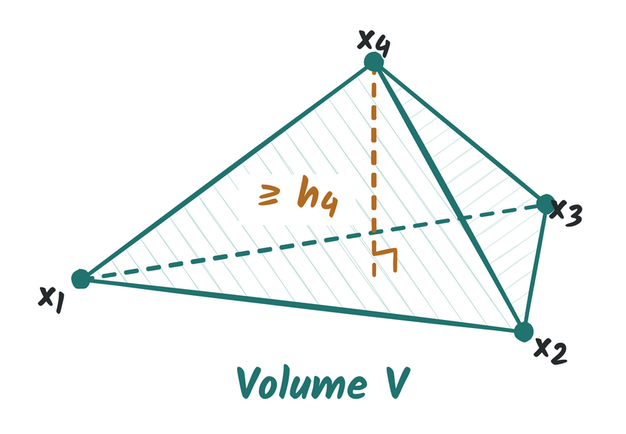
Earlier version of the draw.io export assets/simplex_tetrahedron.png (MathisRost/agentic-ai-math). Source tidied: cells renumbered, new cells last; positions are measured from the earlier drawing's top-left corner, leaving out a move shared by most shapes. Source of this version:
```xml
<mxGraphModel background="#FFFFFF">
  <root>
    <mxCell id="0" />
    <mxCell id="1" parent="0" />
    <mxCell id="2" style="fillColor=none;strokeColor=none;" parent="1" vertex="1">
      <mxGeometry x="12" y="3" width="380" height="260" as="geometry" />
    </mxCell>
    <mxCell id="3" style="shape=(stored shape, 248 characters);fillColor=#C7E1DE;strokeColor=#21736F;strokeWidth=2;sketch=1;comic=0;jiggle=0.7;fillStyle=hachure;hachureGap=12;hachureAngle=35;fillWeight=0.5;" parent="1" vertex="1">
      <mxGeometry x="42" y="28" width="295" height="180" as="geometry" />
    </mxCell>
    <mxCell id="4" style="shape=(stored shape, 244 characters);fillColor=#DDEDEB;strokeColor=#21736F;strokeWidth=2;sketch=1;comic=0;jiggle=0.7;fillStyle=hachure;hachureGap=10;hachureAngle=125;fillWeight=0.6;" parent="1" vertex="1">
      <mxGeometry x="237" y="28" width="115" height="180" as="geometry" />
    </mxCell>
    <mxCell id="5" style="edgeStyle=none;rounded=1;curved=0;html=0;sketch=1;comic=0;jiggle=0.6;strokeColor=#21736F;strokeWidth=2.5;endArrow=none;endSize=12;endFill=0;dashed=1;" parent="1" edge="1">
      <mxGeometry relative="1" as="geometry">
        <mxPoint x="42" y="173" as="sourcePoint" />
        <mxPoint x="352" y="123" as="targetPoint" />
      </mxGeometry>
    </mxCell>
    <mxCell id="6" style="edgeStyle=none;rounded=1;curved=0;html=0;sketch=1;comic=0;jiggle=0.6;strokeColor=#21736F;strokeWidth=2.5;endArrow=none;endSize=12;endFill=0;dashed=0;" parent="1" edge="1">
      <mxGeometry relative="1" as="geometry">
        <mxPoint x="237" y="28" as="sourcePoint" />
        <mxPoint x="42" y="173" as="targetPoint" />
      </mxGeometry>
    </mxCell>
    <mxCell id="7" style="edgeStyle=none;rounded=1;curved=0;html=0;sketch=1;comic=0;jiggle=0.6;strokeColor=#21736F;strokeWidth=2.5;endArrow=none;endSize=12;endFill=0;dashed=0;" parent="1" edge="1">
      <mxGeometry relative="1" as="geometry">
        <mxPoint x="42" y="173" as="sourcePoint" />
        <mxPoint x="337" y="208" as="targetPoint" />
      </mxGeometry>
    </mxCell>
    <mxCell id="8" style="edgeStyle=none;rounded=1;curved=0;html=0;sketch=1;comic=0;jiggle=0.6;strokeColor=#21736F;strokeWidth=2.5;endArrow=none;endSize=12;endFill=0;dashed=0;" parent="1" edge="1">
      <mxGeometry relative="1" as="geometry">
        <mxPoint x="337" y="208" as="sourcePoint" />
        <mxPoint x="352" y="123" as="targetPoint" />
      </mxGeometry>
    </mxCell>
    <mxCell id="9" style="edgeStyle=none;rounded=1;curved=0;html=0;sketch=1;comic=0;jiggle=0.6;strokeColor=#21736F;strokeWidth=2.5;endArrow=none;endSize=12;endFill=0;dashed=0;" parent="1" edge="1">
      <mxGeometry relative="1" as="geometry">
        <mxPoint x="352" y="123" as="sourcePoint" />
        <mxPoint x="237" y="28" as="targetPoint" />
      </mxGeometry>
    </mxCell>
    <mxCell id="10" style="edgeStyle=none;rounded=1;curved=0;html=0;sketch=1;comic=0;jiggle=0.6;strokeColor=#21736F;strokeWidth=2.5;endArrow=none;endSize=12;endFill=0;dashed=0;" parent="1" edge="1">
      <mxGeometry relative="1" as="geometry">
        <mxPoint x="237" y="28" as="sourcePoint" />
        <mxPoint x="337" y="208" as="targetPoint" />
      </mxGeometry>
    </mxCell>
    <mxCell id="11" style="edgeStyle=none;rounded=1;curved=0;html=0;sketch=1;comic=0;jiggle=0.6;strokeColor=#B16B24;strokeWidth=2.5;endArrow=none;endSize=12;endFill=0;dashed=1;" parent="1" edge="1">
      <mxGeometry relative="1" as="geometry">
        <mxPoint x="237" y="28" as="sourcePoint" />
        <mxPoint x="237" y="170" as="targetPoint" />
      </mxGeometry>
    </mxCell>
    <mxCell id="12" style="edgeStyle=none;rounded=1;curved=0;html=0;sketch=1;comic=0;jiggle=0.6;strokeColor=#B16B24;strokeWidth=2.5;endArrow=none;endSize=12;endFill=0;dashed=0;" parent="1" edge="1">
      <mxGeometry relative="1" as="geometry">
        <mxPoint x="237" y="156" as="sourcePoint" />
        <mxPoint x="251" y="153" as="targetPoint" />
      </mxGeometry>
    </mxCell>
    <mxCell id="13" style="edgeStyle=none;rounded=1;curved=0;html=0;sketch=1;comic=0;jiggle=0.6;strokeColor=#B16B24;strokeWidth=2.5;endArrow=none;endSize=12;endFill=0;dashed=0;" parent="1" edge="1">
      <mxGeometry relative="1" as="geometry">
        <mxPoint x="251" y="153" as="sourcePoint" />
        <mxPoint x="251" y="167" as="targetPoint" />
      </mxGeometry>
    </mxCell>
    <mxCell id="14" value="≥ h&lt;sub&gt;4&lt;/sub&gt;" style="text;html=1;whiteSpace=wrap;align=center;verticalAlign=middle;fontFamily=Kalam;fontSize=27;fontStyle=1;fontColor=#B16B24;strokeColor=none;fillColor=#FFFFFF;" parent="1" vertex="1">
      <mxGeometry x="147" y="103" width="78" height="34" as="geometry" />
    </mxCell>
    <mxCell id="15" style="ellipse;fillStyle=solid;fillColor=#21736F;strokeColor=#21736F;sketch=1;jiggle=0.4;" parent="1" vertex="1">
      <mxGeometry x="36" y="167" width="12" height="12" as="geometry" />
    </mxCell>
    <mxCell id="16" value="x&lt;sub&gt;1&lt;/sub&gt;" style="text;html=1;whiteSpace=wrap;align=center;verticalAlign=middle;fontFamily=Kalam;fontSize=24;fontStyle=1;fontColor=#252A2D;strokeColor=none;fillColor=none;" parent="1" vertex="1">
      <mxGeometry y="171" width="44" height="30" as="geometry" />
    </mxCell>
    <mxCell id="17" style="ellipse;fillStyle=solid;fillColor=#21736F;strokeColor=#21736F;sketch=1;jiggle=0.4;" parent="1" vertex="1">
      <mxGeometry x="331" y="202" width="12" height="12" as="geometry" />
    </mxCell>
    <mxCell id="18" value="x&lt;sub&gt;2&lt;/sub&gt;" style="text;html=1;whiteSpace=wrap;align=center;verticalAlign=middle;fontFamily=Kalam;fontSize=24;fontStyle=1;fontColor=#252A2D;strokeColor=none;fillColor=none;" parent="1" vertex="1">
      <mxGeometry x="333" y="205" width="44" height="30" as="geometry" />
    </mxCell>
    <mxCell id="19" style="ellipse;fillStyle=solid;fillColor=#21736F;strokeColor=#21736F;sketch=1;jiggle=0.4;" parent="1" vertex="1">
      <mxGeometry x="346" y="117" width="12" height="12" as="geometry" />
    </mxCell>
    <mxCell id="20" value="x&lt;sub&gt;3&lt;/sub&gt;" style="text;html=1;whiteSpace=wrap;align=center;verticalAlign=middle;fontFamily=Kalam;fontSize=24;fontStyle=1;fontColor=#252A2D;strokeColor=none;fillColor=none;" parent="1" vertex="1">
      <mxGeometry x="343" y="113" width="44" height="30" as="geometry" />
    </mxCell>
    <mxCell id="21" style="ellipse;fillStyle=solid;fillColor=#21736F;strokeColor=#21736F;sketch=1;jiggle=0.4;" parent="1" vertex="1">
      <mxGeometry x="231" y="22" width="12" height="12" as="geometry" />
    </mxCell>
    <mxCell id="22" value="x&lt;sub&gt;4&lt;/sub&gt;" style="text;html=1;whiteSpace=wrap;align=center;verticalAlign=middle;fontFamily=Kalam;fontSize=24;fontStyle=1;fontColor=#252A2D;strokeColor=none;fillColor=none;" parent="1" vertex="1">
      <mxGeometry x="215" width="44" height="30" as="geometry" />
    </mxCell>
    <mxCell id="23" value="Volume V" style="text;html=0;whiteSpace=wrap;align=center;verticalAlign=middle;fontFamily=Kalam;fontSize=29;fontStyle=1;fontColor=#21736F;strokeColor=none;fillColor=none;" parent="1" vertex="1">
      <mxGeometry x="12" y="227" width="380" height="35" as="geometry" />
    </mxCell>
  </root>
</mxGraphModel>
```
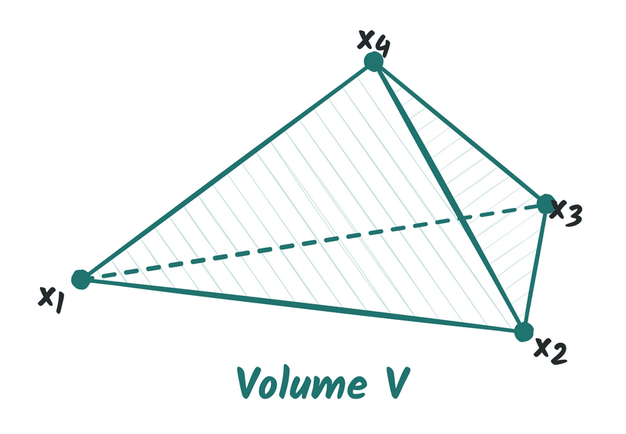
Above is the later version.

Commit message:
Update talk with Astra6 results and revised simplex diagrams

What changed in the source:
```diff
@@ -47,53 +47,32 @@
         <mxPoint x="337" y="208" as="targetPoint" />
       </mxGeometry>
     </mxCell>
-    <mxCell id="11" style="edgeStyle=none;rounded=1;curved=0;html=0;sketch=1;comic=0;jiggle=0.6;strokeColor=#B16B24;strokeWidth=2.5;endArrow=none;endSize=12;endFill=0;dashed=1;" parent="1" edge="1">
-      <mxGeometry relative="1" as="geometry">
-        <mxPoint x="237" y="28" as="sourcePoint" />
-        <mxPoint x="237" y="170" as="targetPoint" />
-      </mxGeometry>
+    <mxCell id="11" style="ellipse;fillStyle=solid;fillColor=#21736F;strokeColor=#21736F;sketch=1;jiggle=0.4;" parent="1" vertex="1">
+      <mxGeometry x="36" y="167" width="12" height="12" as="geometry" />
     </mxCell>
-    <mxCell id="12" style="edgeStyle=none;rounded=1;curved=0;html=0;sketch=1;comic=0;jiggle=0.6;strokeColor=#B16B24;strokeWidth=2.5;endArrow=none;endSize=12;endFill=0;dashed=0;" parent="1" edge="1">
-      <mxGeometry relative="1" as="geometry">
-        <mxPoint x="237" y="156" as="sourcePoint" />
-        <mxPoint x="251" y="153" as="targetPoint" />
-      </mxGeometry>
+    <mxCell id="12" value="x&lt;sub&gt;1&lt;/sub&gt;" style="text;html=1;whiteSpace=wrap;align=center;verticalAlign=middle;fontFamily=Kalam;fontSize=24;fontStyle=1;fontColor=#252A2D;strokeColor=none;fillColor=none;" parent="1" vertex="1">
+      <mxGeometry y="171" width="44" height="30" as="geometry" />
     </mxCell>
-    <mxCell id="13" style="edgeStyle=none;rounded=1;curved=0;html=0;sketch=1;comic=0;jiggle=0.6;strokeColor=#B16B24;strokeWidth=2.5;endArrow=none;endSize=12;endFill=0;dashed=0;" parent="1" edge="1">
-      <mxGeometry relative="1" as="geometry">
-        <mxPoint x="251" y="153" as="sourcePoint" />
-        <mxPoint x="251" y="167" as="targetPoint" />
-      </mxGeometry>
+    <mxCell id="13" style="ellipse;fillStyle=solid;fillColor=#21736F;strokeColor=#21736F;sketch=1;jiggle=0.4;" parent="1" vertex="1">
+      <mxGeometry x="331" y="202" width="12" height="12" as="geometry" />
     </mxCell>
-    <mxCell id="14" value="≥ h&lt;sub&gt;4&lt;/sub&gt;" style="text;html=1;whiteSpace=wrap;align=center;verticalAlign=middle;fontFamily=Kalam;fontSize=27;fontStyle=1;fontColor=#B16B24;strokeColor=none;fillColor=#FFFFFF;" parent="1" vertex="1">
-      <mxGeometry x="147" y="103" width="78" height="34" as="geometry" />
+    <mxCell id="14" value="x&lt;sub&gt;2&lt;/sub&gt;" style="text;html=1;whiteSpace=wrap;align=center;verticalAlign=middle;fontFamily=Kalam;fontSize=24;fontStyle=1;fontColor=#252A2D;strokeColor=none;fillColor=none;" parent="1" vertex="1">
+      <mxGeometry x="333" y="205" width="44" height="30" as="geometry" />
     </mxCell>
     <mxCell id="15" style="ellipse;fillStyle=solid;fillColor=#21736F;strokeColor=#21736F;sketch=1;jiggle=0.4;" parent="1" vertex="1">
-      <mxGeometry x="36" y="167" width="12" height="12" as="geometry" />
+      <mxGeometry x="346" y="117" width="12" height="12" as="geometry" />
     </mxCell>
-    <mxCell id="16" value="x&lt;sub&gt;1&lt;/sub&gt;" style="text;html=1;whiteSpace=wrap;align=center;verticalAlign=middle;fontFamily=Kalam;fontSize=24;fontStyle=1;fontColor=#252A2D;strokeColor=none;fillColor=none;" parent="1" vertex="1">
-      <mxGeometry y="171" width="44" height="30" as="geometry" />
+    <mxCell id="16" value="x&lt;sub&gt;3&lt;/sub&gt;" style="text;html=1;whiteSpace=wrap;align=center;verticalAlign=middle;fontFamily=Kalam;fontSize=24;fontStyle=1;fontColor=#252A2D;strokeColor=none;fillColor=none;" parent="1" vertex="1">
+      <mxGeometry x="343" y="113" width="44" height="30" as="geometry" />
     </mxCell>
     <mxCell id="17" style="ellipse;fillStyle=solid;fillColor=#21736F;strokeColor=#21736F;sketch=1;jiggle=0.4;" parent="1" vertex="1">
-      <mxGeometry x="331" y="202" width="12" height="12" as="geometry" />
+      <mxGeometry x="231" y="22" width="12" height="12" as="geometry" />
     </mxCell>
-    <mxCell id="18" value="x&lt;sub&gt;2&lt;/sub&gt;" style="text;html=1;whiteSpace=wrap;align=center;verticalAlign=middle;fontFamily=Kalam;fontSize=24;fontStyle=1;fontColor=#252A2D;strokeColor=none;fillColor=none;" parent="1" vertex="1">
-      <mxGeometry x="333" y="205" width="44" height="30" as="geometry" />
+    <mxCell id="18" value="x&lt;sub&gt;4&lt;/sub&gt;" style="text;html=1;whiteSpace=wrap;align=center;verticalAlign=middle;fontFamily=Kalam;fontSize=24;fontStyle=1;fontColor=#252A2D;strokeColor=none;fillColor=none;" parent="1" vertex="1">
+      <mxGeometry x="215" width="44" height="30" as="geometry" />
     </mxCell>
-    <mxCell id="19" style="ellipse;fillStyle=solid;fillColor=#21736F;strokeColor=#21736F;sketch=1;jiggle=0.4;" parent="1" vertex="1">
-      <mxGeometry x="346" y="117" width="12" height="12" as="geometry" />
+    <mxCell id="19" value="Volume V" style="text;html=0;whiteSpace=wrap;align=center;verticalAlign=middle;fontFamily=Kalam;fontSize=29;fontStyle=1;fontColor=#21736F;strokeColor=none;fillColor=none;" parent="1" vertex="1">
+      <mxGeometry x="12" y="227" width="380" height="35" as="geometry" />
     </mxCell>
-    <mxCell id="20" value="x&lt;sub&gt;3&lt;/sub&gt;" style="text;html=1;whiteSpace=wrap;align=center;verticalAlign=middle;fontFamily=Kalam;fontSize=24;fontStyle=1;fontColor=#252A2D;strokeColor=none;fillColor=none;" parent="1" vertex="1">
-      <mxGeometry x="343" y="113" width="44" height="30" as="geometry" />
-    </mxCell>
-    <mxCell id="21" style="ellipse;fillStyle=solid;fillColor=#21736F;strokeColor=#21736F;sketch=1;jiggle=0.4;" parent="1" vertex="1">
-      <mxGeometry x="231" y="22" width="12" height="12" as="geometry" />
-    </mxCell>
-    <mxCell id="22" value="x&lt;sub&gt;4&lt;/sub&gt;" style="text;html=1;whiteSpace=wrap;align=center;verticalAlign=middle;fontFamily=Kalam;fontSize=24;fontStyle=1;fontColor=#252A2D;strokeColor=none;fillColor=none;" parent="1" vertex="1">
-      <mxGeometry x="215" width="44" height="30" as="geometry" />
-    </mxCell>
-    <mxCell id="23" value="Volume V" style="text;html=0;whiteSpace=wrap;align=center;verticalAlign=middle;fontFamily=Kalam;fontSize=29;fontStyle=1;fontColor=#21736F;strokeColor=none;fillColor=none;" parent="1" vertex="1">
-      <mxGeometry x="12" y="227" width="380" height="35" as="geometry" />
-    </mxCell>
   </root>
 </mxGraphModel>
```
